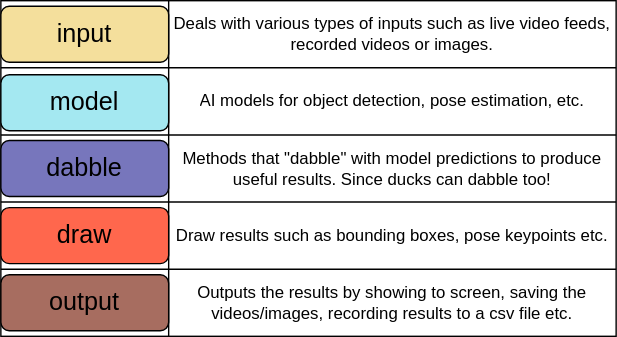
Before: diagrams/node_types.drawio.svg, a diagram exported from draw.io (aisingapore/PeekingDuck). Source tidied: cells renumbered, new cells last; positions are measured from the earlier drawing's top-left corner, leaving out a move shared by most shapes.
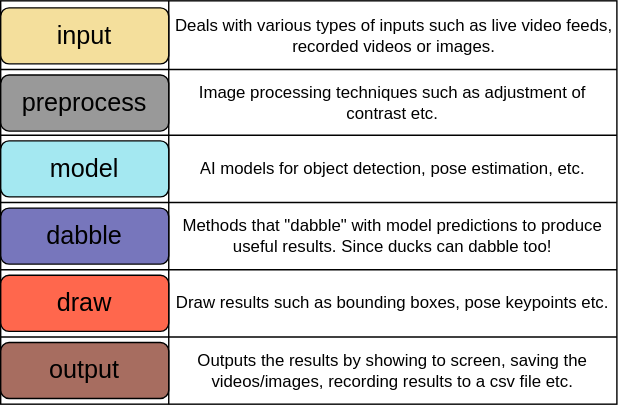
Later version of the same file.

Commit message:
node: created 6th node category and brightness and contrast nodes

Diff of the diagram source:
```diff
@@ -2,20 +2,29 @@
   <root>
     <mxCell id="0" />
     <mxCell id="1" parent="0" />
-    <mxCell id="2" style="shape=table;html=1;whiteSpace=wrap;startSize=0;" parent="1" vertex="1">
-      <mxGeometry width="440" height="240" as="geometry" />
-    </mxCell>
-    <mxCell id="3" style="shape=partialRectangle;html=1;whiteSpace=wrap;fillColor=none;top=0;left=0;bottom=0;right=0;" parent="2" vertex="1">
-      <mxGeometry width="440" height="48" as="geometry" />
-    </mxCell>
-    <mxCell id="4" style="shape=partialRectangle;html=1;whiteSpace=wrap;overflow=hidden;fillColor=none;top=0;left=0;bottom=0;right=0;" parent="3" vertex="1">
-      <mxGeometry width="120" height="48" as="geometry" />
-    </mxCell>
-    <mxCell id="5" value="Deals with various types of inputs such as live video feeds, recorded videos or images." style="shape=partialRectangle;html=1;whiteSpace=wrap;overflow=hidden;fillColor=none;top=0;left=0;bottom=0;right=0;" parent="3" vertex="1">
-      <mxGeometry x="120" width="320" height="48" as="geometry" />
-    </mxCell>
+    <mxCell id="23" style="shape=table;startSize=0;" parent="1" vertex="1">
+      <mxGeometry y="-48" width="440" height="288" as="geometry" />
+    </mxCell>
+    <mxCell id="24" style="shape=partialRectangle;fillColor=none;top=0;left=0;bottom=0;right=0;" parent="23" vertex="1">
+      <mxGeometry width="440" height="49" as="geometry" />
+    </mxCell>
+    <mxCell id="25" style="shape=partialRectangle;html=1;whiteSpace=wrap;overflow=hidden;fillColor=none;top=0;left=0;bottom=0;right=0;" parent="24" vertex="1">
+      <mxGeometry width="120" height="49" as="geometry" />
+    </mxCell>
+    <mxCell id="26" style="shape=partialRectangle;html=1;whiteSpace=wrap;overflow=hidden;fillColor=none;top=0;left=0;bottom=0;right=0;" parent="24" vertex="1">
+      <mxGeometry x="120" width="320" height="49" as="geometry" />
+    </mxCell>
+    <mxCell id="27" style="shape=partialRectangle;fillColor=none;top=0;left=0;bottom=0;right=0;" parent="23" vertex="1">
+      <mxGeometry y="49" width="440" height="47" as="geometry" />
+    </mxCell>
+    <mxCell id="28" style="shape=partialRectangle;html=1;whiteSpace=wrap;overflow=hidden;fillColor=none;top=0;left=0;bottom=0;right=0;" parent="27" vertex="1">
+      <mxGeometry width="120" height="47" as="geometry" />
+    </mxCell>
+    <mxCell id="29" style="shape=partialRectangle;html=1;whiteSpace=wrap;overflow=hidden;fillColor=none;top=0;left=0;bottom=0;right=0;" parent="27" vertex="1">
+      <mxGeometry x="120" width="320" height="47" as="geometry" />
+    </mxCell>
-    <mxCell id="6" style="shape=partialRectangle;html=1;whiteSpace=wrap;fillColor=none;top=0;left=0;bottom=0;right=0;" parent="2" vertex="1">
-      <mxGeometry y="48" width="440" height="48" as="geometry" />
+    <mxCell id="6" style="shape=partialRectangle;html=1;whiteSpace=wrap;fillColor=none;top=0;left=0;bottom=0;right=0;" parent="23" vertex="1">
+      <mxGeometry y="96" width="440" height="48" as="geometry" />
     </mxCell>
     <mxCell id="7" style="shape=partialRectangle;html=1;whiteSpace=wrap;overflow=hidden;fillColor=none;top=0;left=0;bottom=0;right=0;" parent="6" vertex="1">
       <mxGeometry width="120" height="48" as="geometry" />
@@ -23,8 +32,8 @@
     <mxCell id="8" value="AI models for object detection, pose estimation, etc." style="shape=partialRectangle;html=1;whiteSpace=wrap;overflow=hidden;fillColor=none;top=0;left=0;bottom=0;right=0;" parent="6" vertex="1">
       <mxGeometry x="120" width="320" height="48" as="geometry" />
     </mxCell>
-    <mxCell id="9" style="shape=partialRectangle;html=1;whiteSpace=wrap;fillColor=none;top=0;left=0;bottom=0;right=0;" parent="2" vertex="1">
-      <mxGeometry y="96" width="440" height="48" as="geometry" />
+    <mxCell id="9" style="shape=partialRectangle;html=1;whiteSpace=wrap;fillColor=none;top=0;left=0;bottom=0;right=0;" parent="23" vertex="1">
+      <mxGeometry y="144" width="440" height="48" as="geometry" />
     </mxCell>
     <mxCell id="10" style="shape=partialRectangle;html=1;whiteSpace=wrap;overflow=hidden;fillColor=none;top=0;left=0;bottom=0;right=0;" parent="9" vertex="1">
       <mxGeometry width="120" height="48" as="geometry" />
@@ -32,8 +41,8 @@
     <mxCell id="11" value="Methods that &quot;dabble&quot; with model predictions to produce useful results. Since ducks can dabble too!" style="shape=partialRectangle;html=1;whiteSpace=wrap;overflow=hidden;fillColor=none;top=0;left=0;bottom=0;right=0;" parent="9" vertex="1">
       <mxGeometry x="120" width="320" height="48" as="geometry" />
     </mxCell>
-    <mxCell id="12" style="shape=partialRectangle;html=1;whiteSpace=wrap;fillColor=none;top=0;left=0;bottom=0;right=0;" parent="2" vertex="1">
-      <mxGeometry y="144" width="440" height="48" as="geometry" />
+    <mxCell id="12" style="shape=partialRectangle;html=1;whiteSpace=wrap;fillColor=none;top=0;left=0;bottom=0;right=0;" parent="23" vertex="1">
+      <mxGeometry y="192" width="440" height="48" as="geometry" />
     </mxCell>
     <mxCell id="13" style="shape=partialRectangle;html=1;whiteSpace=wrap;overflow=hidden;fillColor=none;top=0;left=0;bottom=0;right=0;" parent="12" vertex="1">
       <mxGeometry width="120" height="48" as="geometry" />
@@ -41,8 +50,8 @@
     <mxCell id="14" value="Draw results such as bounding boxes, pose keypoints etc." style="shape=partialRectangle;html=1;whiteSpace=wrap;overflow=hidden;fillColor=none;top=0;left=0;bottom=0;right=0;" parent="12" vertex="1">
       <mxGeometry x="120" width="320" height="48" as="geometry" />
     </mxCell>
-    <mxCell id="15" style="shape=partialRectangle;html=1;whiteSpace=wrap;fillColor=none;top=0;left=0;bottom=0;right=0;" parent="2" vertex="1">
-      <mxGeometry y="192" width="440" height="48" as="geometry" />
+    <mxCell id="15" style="shape=partialRectangle;html=1;whiteSpace=wrap;fillColor=none;top=0;left=0;bottom=0;right=0;" parent="23" vertex="1">
+      <mxGeometry y="240" width="440" height="48" as="geometry" />
     </mxCell>
     <mxCell id="16" style="shape=partialRectangle;html=1;whiteSpace=wrap;overflow=hidden;fillColor=none;top=0;left=0;bottom=0;right=0;" parent="15" vertex="1">
       <mxGeometry width="120" height="48" as="geometry" />
@@ -51,10 +60,10 @@
       <mxGeometry x="120" width="320" height="48" as="geometry" />
     </mxCell>
     <mxCell id="18" value="&lt;font style=&quot;font-size: 18px&quot;&gt;input&lt;/font&gt;" style="rounded=1;whiteSpace=wrap;html=1;fillColor=#F4df9c;" parent="1" vertex="1">
-      <mxGeometry y="4" width="120" height="40" as="geometry" />
+      <mxGeometry y="-43" width="120" height="40" as="geometry" />
     </mxCell>
     <mxCell id="19" value="&lt;font style=&quot;font-size: 18px&quot;&gt;model&lt;/font&gt;" style="rounded=1;whiteSpace=wrap;html=1;fillColor=#a4e8f1;" parent="1" vertex="1">
-      <mxGeometry y="53" width="120" height="40" as="geometry" />
+      <mxGeometry y="52" width="120" height="40" as="geometry" />
     </mxCell>
     <mxCell id="20" value="&lt;font style=&quot;font-size: 18px&quot;&gt;draw&lt;/font&gt;" style="rounded=1;whiteSpace=wrap;html=1;fillColor=#ff674d;" parent="1" vertex="1">
       <mxGeometry y="148" width="120" height="40" as="geometry" />
@@ -65,5 +74,14 @@
     <mxCell id="22" value="&lt;font style=&quot;font-size: 18px&quot;&gt;dabble&lt;/font&gt;" style="rounded=1;whiteSpace=wrap;html=1;fillColor=#7776bc;" parent="1" vertex="1">
       <mxGeometry y="100" width="120" height="40" as="geometry" />
     </mxCell>
+    <mxCell id="5" value="Deals with various types of inputs such as live video feeds, recorded videos or images." style="shape=partialRectangle;html=1;whiteSpace=wrap;overflow=hidden;fillColor=none;top=0;left=0;bottom=0;right=0;" parent="1" vertex="1">
+      <mxGeometry x="121" y="-47" width="320" height="48" as="geometry" />
+    </mxCell>
+    <mxCell id="30" value="&lt;font style=&quot;font-size: 18px&quot;&gt;preprocess&lt;/font&gt;" style="rounded=1;whiteSpace=wrap;html=1;fillColor=#999999;strokeColor=#000000;" parent="1" vertex="1">
+      <mxGeometry y="5" width="120" height="40" as="geometry" />
+    </mxCell>
+    <mxCell id="31" value="Image processing techniques such as adjustment of contrast etc.&lt;br&gt;" style="shape=partialRectangle;html=1;whiteSpace=wrap;overflow=hidden;fillColor=none;top=0;left=0;bottom=0;right=0;" parent="1" vertex="1">
+      <mxGeometry x="120" y="1" width="320" height="48" as="geometry" />
+    </mxCell>
   </root>
 </mxGraphModel>
```
